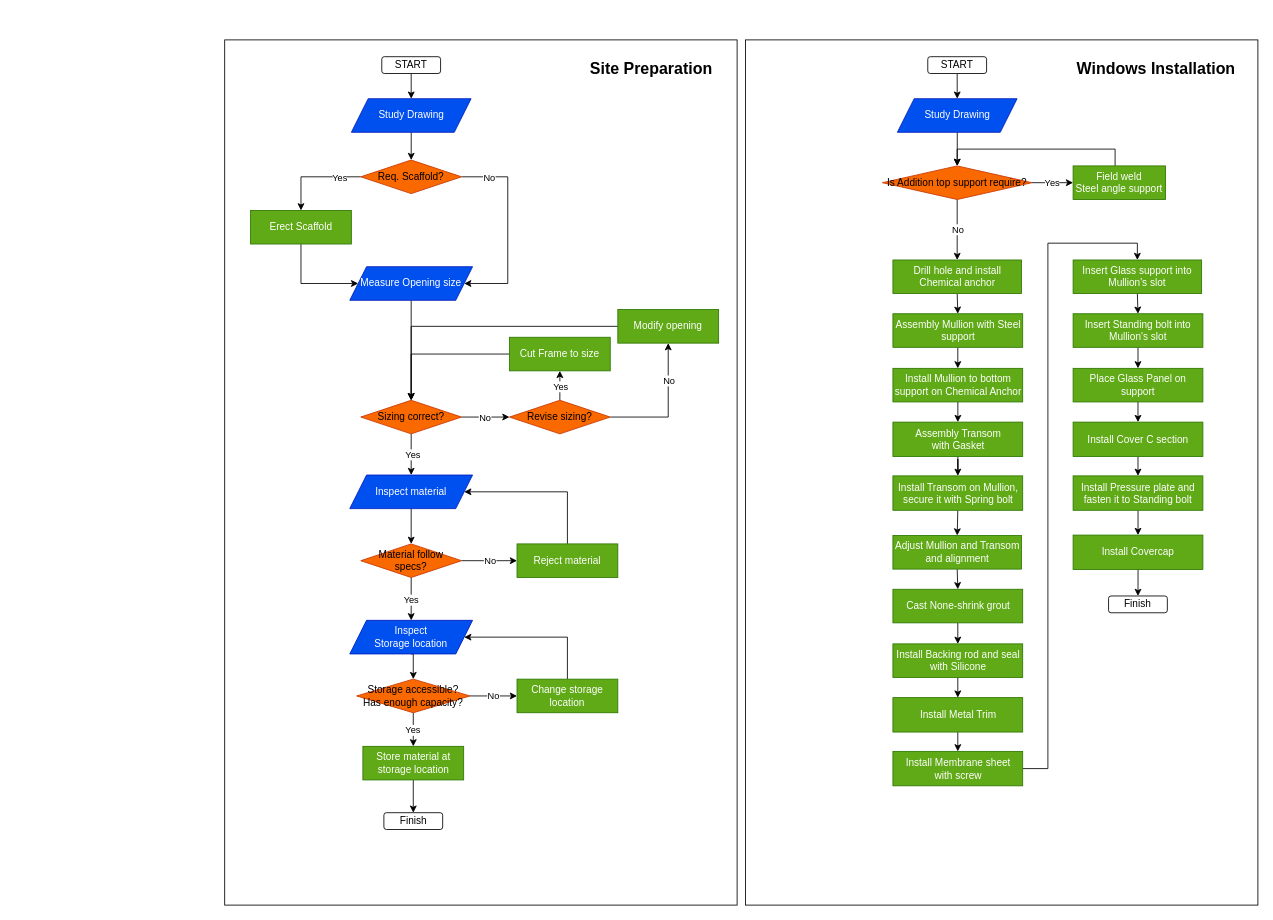
This is MOS_Curtainwall.drawio from Siberain13/graph_doc, a draw.io file, before an edit. Source tidied: cells renumbered, new cells numbered last; positions are measured from the earlier drawing's top-left corner, leaving out a move shared by most shapes. Both pictures are drawn from the tidied source at 84%, with x=0, y=0 at pixel (224, 39).
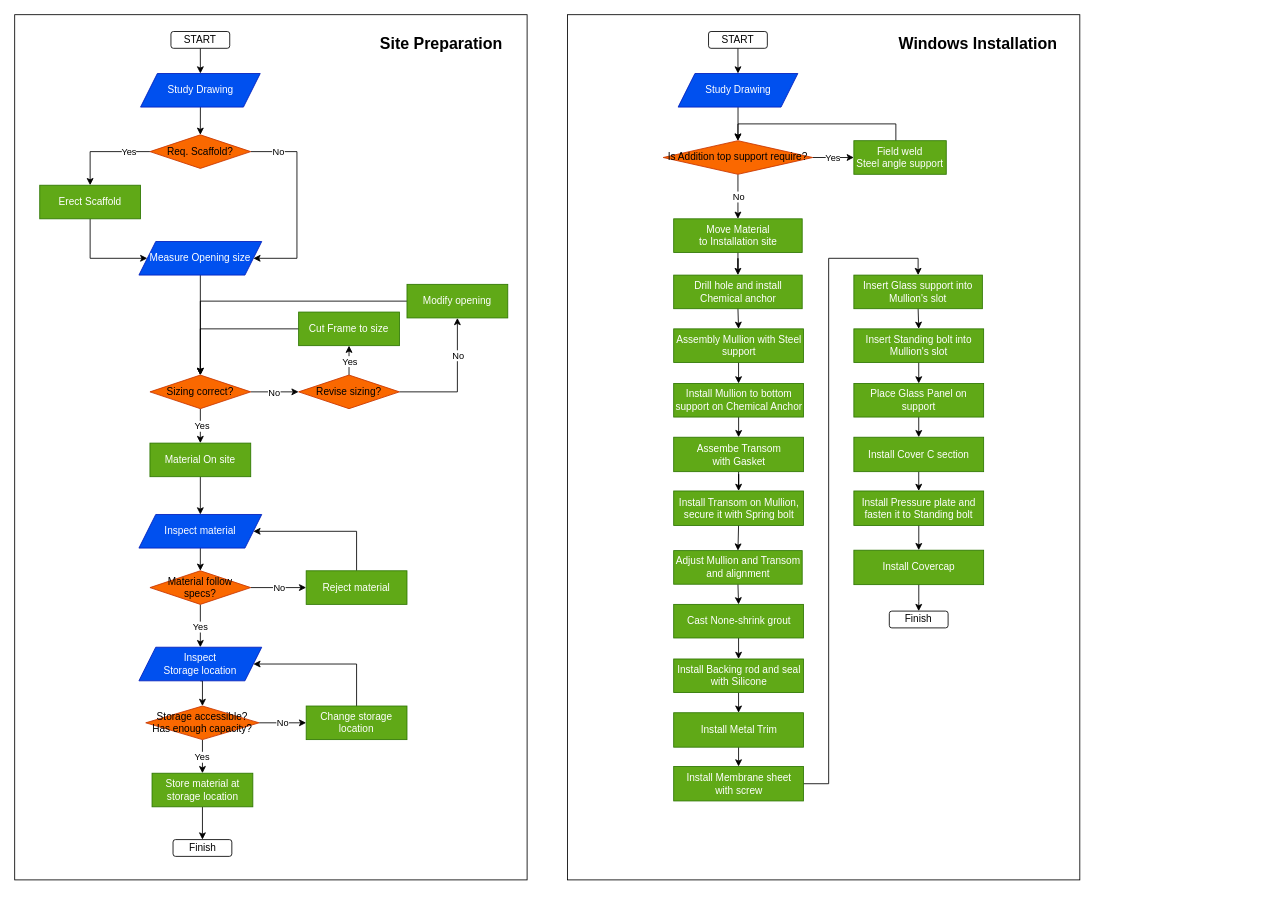
Above is the later version.

Change to the diagram source:
```diff
@@
     <mxCell id="2" style="rounded=0;whiteSpace=wrap;html=1;align=center;labelPosition=center;verticalLabelPosition=top;verticalAlign=bottom;" parent="1" vertex="1">
-      <mxGeometry width="610" height="1030" as="geometry" />
+      <mxGeometry x="-250" y="-30" width="610" height="1030" as="geometry" />
     </mxCell>
@@
     <mxCell id="4" value="&lt;font style=&quot;font-size: 12px;&quot;&gt;START&lt;/font&gt;" style="rounded=1;whiteSpace=wrap;html=1;" parent="1" vertex="1">
-      <mxGeometry x="187" y="20" width="70" height="20" as="geometry" />
+      <mxGeometry x="-64" y="-10" width="70" height="20" as="geometry" />
     </mxCell>
@@
     <mxCell id="7" style="edgeStyle=orthogonalEdgeStyle;rounded=0;jettySize=auto;html=1;entryX=1;entryY=0.5;entryDx=0;entryDy=0;" parent="1" edge="1" source="9" target="15">
       <mxGeometry relative="1" as="geometry">
         <Array as="points">
-          <mxPoint x="337" y="163" />
-          <mxPoint x="337" y="290" />
+          <mxPoint x="86" y="133" />
+          <mxPoint x="86" y="260" />
         </Array>
       </mxGeometry>
     </mxCell>
@@
     <mxCell id="9" value="Req. Scaffold?" style="rhombus;whiteSpace=wrap;html=1;rounded=0;fillColor=#fa6800;strokeColor=#C73500;fontColor=#000000;" parent="1" vertex="1">
-      <mxGeometry x="162" y="143" width="120" height="40" as="geometry" />
+      <mxGeometry x="-89" y="113" width="120" height="40" as="geometry" />
     </mxCell>
     <mxCell id="10" style="edgeStyle=orthogonalEdgeStyle;rounded=0;jettySize=auto;html=1;entryX=0;entryY=0.5;entryDx=0;entryDy=0;" parent="1" edge="1" source="11" target="15">
       <mxGeometry relative="1" as="geometry">
         <Array as="points">
-          <mxPoint x="91" y="290" />
+          <mxPoint x="-160" y="260" />
         </Array>
       </mxGeometry>
     </mxCell>
     <mxCell id="11" value="Erect Scaffold" style="rounded=0;whiteSpace=wrap;html=1;fillColor=#60a917;fontColor=#ffffff;strokeColor=#2D7600;" parent="1" vertex="1">
-      <mxGeometry x="30.8" y="203" width="120" height="40" as="geometry" />
+      <mxGeometry x="-220.2" y="173" width="120" height="40" as="geometry" />
     </mxCell>
@@
     <mxCell id="13" value="Study Drawing" style="shape=parallelogram;perimeter=parallelogramPerimeter;whiteSpace=wrap;html=1;fixedSize=1;fillColor=#0050ef;fontColor=#ffffff;strokeColor=#001DBC;" parent="1" vertex="1">
-      <mxGeometry x="150.8" y="70" width="142.5" height="40" as="geometry" />
+      <mxGeometry x="-100.2" y="40" width="142.5" height="40" as="geometry" />
     </mxCell>
@@
     <mxCell id="15" value="Measure Opening size" style="shape=parallelogram;perimeter=parallelogramPerimeter;whiteSpace=wrap;html=1;fixedSize=1;fillColor=#0050ef;fontColor=#ffffff;strokeColor=#001DBC;" parent="1" vertex="1">
-      <mxGeometry x="148.9" y="270" width="146.2" height="40" as="geometry" />
+      <mxGeometry x="-102.1" y="240" width="146.2" height="40" as="geometry" />
     </mxCell>
-    <mxCell id="16" style="edgeStyle=orthogonalEdgeStyle;rounded=0;jettySize=auto;html=1;exitX=0.5;exitY=1;exitDx=0;exitDy=0;entryX=0.5;entryY=0;entryDx=0;entryDy=0;" parent="1" edge="1" source="20" target="22">
+    <mxCell id="16" style="edgeStyle=orthogonalEdgeStyle;rounded=0;jettySize=auto;html=1;exitX=0.5;exitY=1;exitDx=0;exitDy=0;" parent="1" edge="1" source="20" target="99">
       <mxGeometry relative="1" as="geometry" />
     </mxCell>
@@
     <mxCell id="20" value="Sizing correct?" style="rhombus;whiteSpace=wrap;html=1;rounded=0;fillColor=#fa6800;strokeColor=#C73500;fontColor=#000000;" parent="1" vertex="1">
-      <mxGeometry x="162" y="429" width="120" height="40" as="geometry" />
+      <mxGeometry x="-89" y="399" width="120" height="40" as="geometry" />
     </mxCell>
@@
     <mxCell id="22" value="Inspect material" style="shape=parallelogram;perimeter=parallelogramPerimeter;whiteSpace=wrap;html=1;fixedSize=1;fillColor=#0050ef;fontColor=#ffffff;strokeColor=#001DBC;" parent="1" vertex="1">
-      <mxGeometry x="148.9" y="518" width="146.2" height="40" as="geometry" />
+      <mxGeometry x="-102.1" y="565" width="146.2" height="40" as="geometry" />
     </mxCell>
@@
     <mxCell id="27" value="Revise sizing?" style="rhombus;whiteSpace=wrap;html=1;rounded=0;fillColor=#fa6800;strokeColor=#C73500;fontColor=#000000;" parent="1" vertex="1">
-      <mxGeometry x="339" y="429" width="120" height="40" as="geometry" />
+      <mxGeometry x="88" y="399" width="120" height="40" as="geometry" />
     </mxCell>
@@
     <mxCell id="29" value="Cut Frame to size" style="rounded=0;whiteSpace=wrap;html=1;fillColor=#60a917;fontColor=#ffffff;strokeColor=#2D7600;" parent="1" vertex="1">
-      <mxGeometry x="339" y="354" width="120" height="40" as="geometry" />
+      <mxGeometry x="88" y="324" width="120" height="40" as="geometry" />
     </mxCell>
@@
     <mxCell id="31" value="Modify opening" style="rounded=0;whiteSpace=wrap;html=1;fillColor=#60a917;fontColor=#ffffff;strokeColor=#2D7600;" parent="1" vertex="1">
-      <mxGeometry x="468" y="321" width="120" height="40" as="geometry" />
+      <mxGeometry x="217" y="291" width="120" height="40" as="geometry" />
     </mxCell>
@@
     <mxCell id="36" value="Material follow specs?" style="rhombus;whiteSpace=wrap;html=1;rounded=0;fillColor=#fa6800;strokeColor=#C73500;fontColor=#000000;" parent="1" vertex="1">
-      <mxGeometry x="162" y="600" width="120" height="40" as="geometry" />
+      <mxGeometry x="-89" y="632" width="120" height="40" as="geometry" />
     </mxCell>
     <mxCell id="37" style="edgeStyle=orthogonalEdgeStyle;rounded=0;jettySize=auto;html=1;exitX=0.5;exitY=0;exitDx=0;exitDy=0;entryX=1;entryY=0.5;entryDx=0;entryDy=0;" parent="1" edge="1" source="38" target="22">
       <mxGeometry relative="1" as="geometry">
         <Array as="points">
-          <mxPoint x="408" y="538" />
+          <mxPoint x="157" y="585" />
         </Array>
       </mxGeometry>
     </mxCell>
     <mxCell id="38" value="Reject material" style="rounded=0;whiteSpace=wrap;html=1;fillColor=#60a917;fontColor=#ffffff;strokeColor=#2D7600;" parent="1" vertex="1">
-      <mxGeometry x="348" y="600" width="120" height="40" as="geometry" />
+      <mxGeometry x="97" y="632" width="120" height="40" as="geometry" />
     </mxCell>
@@
     <mxCell id="40" value="Inspect &lt;br&gt;Storage location" style="shape=parallelogram;perimeter=parallelogramPerimeter;whiteSpace=wrap;html=1;fixedSize=1;fillColor=#0050ef;fontColor=#ffffff;strokeColor=#001DBC;" parent="1" vertex="1">
-      <mxGeometry x="148.9" y="691" width="146.2" height="40" as="geometry" />
+      <mxGeometry x="-102.1" y="723" width="146.2" height="40" as="geometry" />
     </mxCell>
@@
     <mxCell id="45" value="Storage accessible?&lt;div&gt;Has enough capacity?&lt;/div&gt;" style="rhombus;whiteSpace=wrap;html=1;rounded=0;fillColor=#fa6800;strokeColor=#C73500;fontColor=#000000;" parent="1" vertex="1">
-      <mxGeometry x="157" y="761" width="135" height="40" as="geometry" />
+      <mxGeometry x="-94" y="793" width="135" height="40" as="geometry" />
     </mxCell>
     <mxCell id="46" style="edgeStyle=orthogonalEdgeStyle;rounded=0;jettySize=auto;html=1;exitX=0.5;exitY=0;exitDx=0;exitDy=0;entryX=1;entryY=0.5;entryDx=0;entryDy=0;" parent="1" edge="1" source="47" target="40">
       <mxGeometry relative="1" as="geometry">
         <Array as="points">
-          <mxPoint x="408" y="711" />
+          <mxPoint x="157" y="743" />
         </Array>
       </mxGeometry>
     </mxCell>
     <mxCell id="47" value="Change storage location" style="rounded=0;whiteSpace=wrap;html=1;fillColor=#60a917;fontColor=#ffffff;strokeColor=#2D7600;" parent="1" vertex="1">
-      <mxGeometry x="348" y="761" width="120" height="40" as="geometry" />
+      <mxGeometry x="97" y="793" width="120" height="40" as="geometry" />
     </mxCell>
     <mxCell id="48" style="edgeStyle=orthogonalEdgeStyle;rounded=0;jettySize=auto;html=1;exitX=0.5;exitY=1;exitDx=0;exitDy=0;entryX=0.5;entryY=0;entryDx=0;entryDy=0;" parent="1" edge="1" source="49">
       <mxGeometry relative="1" as="geometry">
-        <mxPoint x="224.5" y="920" as="targetPoint" />
+        <mxPoint x="-26.5" y="952" as="targetPoint" />
       </mxGeometry>
     </mxCell>
     <mxCell id="49" value="Store material at storage location" style="rounded=0;whiteSpace=wrap;html=1;fillColor=#60a917;fontColor=#ffffff;strokeColor=#2D7600;" parent="1" vertex="1">
-      <mxGeometry x="164.5" y="841" width="120" height="40" as="geometry" />
+      <mxGeometry x="-86.5" y="873" width="120" height="40" as="geometry" />
     </mxCell>
     <mxCell id="50" value="Site Preparation" style="text;html=1;whiteSpace=wrap;strokeColor=none;fillColor=none;align=center;verticalAlign=middle;rounded=0;fontStyle=1;fontSize=19;" parent="1" vertex="1">
-      <mxGeometry x="428" y="20" width="160" height="30" as="geometry" />
+      <mxGeometry x="178" y="-10" width="160" height="30" as="geometry" />
     </mxCell>
     <mxCell id="51" value="&lt;font style=&quot;font-size: 12px;&quot;&gt;Finish&lt;/font&gt;" style="rounded=1;whiteSpace=wrap;html=1;" parent="1" vertex="1">
-      <mxGeometry x="189.5" y="920" width="70" height="20" as="geometry" />
+      <mxGeometry x="-61.5" y="952" width="70" height="20" as="geometry" />
     </mxCell>
     <mxCell id="52" style="rounded=0;whiteSpace=wrap;html=1;align=center;labelPosition=center;verticalLabelPosition=top;verticalAlign=bottom;" parent="1" vertex="1">
-      <mxGeometry x="620" width="610" height="1030" as="geometry" />
+      <mxGeometry x="408" y="-30" width="610" height="1030" as="geometry" />
     </mxCell>
@@
     <mxCell id="54" value="&lt;font style=&quot;font-size: 12px;&quot;&gt;START&lt;/font&gt;" style="rounded=1;whiteSpace=wrap;html=1;" parent="1" vertex="1">
-      <mxGeometry x="837" y="20" width="70" height="20" as="geometry" />
+      <mxGeometry x="576" y="-10" width="70" height="20" as="geometry" />
     </mxCell>
@@
     <mxCell id="56" value="Study Drawing" style="shape=parallelogram;perimeter=parallelogramPerimeter;whiteSpace=wrap;html=1;fixedSize=1;fillColor=#0050ef;fontColor=#ffffff;strokeColor=#001DBC;" parent="1" vertex="1">
-      <mxGeometry x="800.8" y="70" width="142.5" height="40" as="geometry" />
+      <mxGeometry x="539.8" y="40" width="142.5" height="40" as="geometry" />
     </mxCell>
     <mxCell id="57" value="Windows Installation" style="text;html=1;whiteSpace=wrap;strokeColor=none;fillColor=none;align=center;verticalAlign=middle;rounded=0;fontStyle=1;fontSize=19;" parent="1" vertex="1">
-      <mxGeometry x="1010" y="20" width="198" height="30" as="geometry" />
+      <mxGeometry x="798" y="-10" width="198" height="30" as="geometry" />
     </mxCell>
     <mxCell id="58" value="&lt;font style=&quot;font-size: 12px;&quot;&gt;Finish&lt;/font&gt;" style="rounded=1;whiteSpace=wrap;html=1;" parent="1" vertex="1">
-      <mxGeometry x="1052.2" y="662" width="70" height="20" as="geometry" />
+      <mxGeometry x="791.2" y="680" width="70" height="20" as="geometry" />
     </mxCell>
@@
-    <mxCell id="61" style="edgeStyle=orthogonalEdgeStyle;rounded=0;jettySize=auto;html=1;exitX=0.5;exitY=1;exitDx=0;exitDy=0;entryX=0.5;entryY=0;entryDx=0;entryDy=0;" parent="1" edge="1" source="63" target="67">
+    <mxCell id="61" style="edgeStyle=orthogonalEdgeStyle;rounded=0;jettySize=auto;html=1;exitX=0.5;exitY=1;exitDx=0;exitDy=0;entryX=0.5;entryY=0;entryDx=0;entryDy=0;" parent="1" edge="1" source="63" target="101">
       <mxGeometry relative="1" as="geometry" />
     </mxCell>
@@
     <mxCell id="63" value="Is Addition top support require?" style="rhombus;whiteSpace=wrap;html=1;fillColor=#fa6800;strokeColor=#C73500;fontColor=#000000;" parent="1" vertex="1">
-      <mxGeometry x="783" y="150" width="178" height="40" as="geometry" />
+      <mxGeometry x="522" y="120" width="178" height="40" as="geometry" />
     </mxCell>
     <mxCell id="64" style="edgeStyle=orthogonalEdgeStyle;rounded=0;jettySize=auto;html=1;entryX=0.5;entryY=0;entryDx=0;entryDy=0;" parent="1" edge="1" source="65" target="63">
       <mxGeometry relative="1" as="geometry">
         <Array as="points">
-          <mxPoint x="1060" y="130" />
-          <mxPoint x="872" y="130" />
+          <mxPoint x="799" y="100" />
+          <mxPoint x="611" y="100" />
         </Array>
       </mxGeometry>
     </mxCell>
     <mxCell id="65" value="Field weld &lt;br&gt;Steel angle support" style="rounded=0;whiteSpace=wrap;html=1;fillColor=#60a917;fontColor=#ffffff;strokeColor=#2D7600;" parent="1" vertex="1">
-      <mxGeometry x="1010" y="150" width="110" height="40" as="geometry" />
+      <mxGeometry x="749" y="120" width="110" height="40" as="geometry" />
     </mxCell>
@@
     <mxCell id="67" value="Drill hole and install Chemical anchor" style="rounded=0;whiteSpace=wrap;html=1;fillColor=#60a917;fontColor=#ffffff;strokeColor=#2D7600;" parent="1" vertex="1">
-      <mxGeometry x="795.5" y="262" width="153" height="40" as="geometry" />
+      <mxGeometry x="534.5" y="280" width="153" height="40" as="geometry" />
     </mxCell>
@@
     <mxCell id="69" value="Assembly Mullion with Steel support" style="rounded=0;whiteSpace=wrap;html=1;fillColor=#60a917;fontColor=#ffffff;strokeColor=#2D7600;" parent="1" vertex="1">
-      <mxGeometry x="795.5" y="326" width="154.5" height="40" as="geometry" />
+      <mxGeometry x="534.5" y="344" width="154.5" height="40" as="geometry" />
     </mxCell>
@@
     <mxCell id="71" value="Install Mullion to bottom support on Chemical Anchor" style="rounded=0;whiteSpace=wrap;html=1;fillColor=#60a917;fontColor=#ffffff;strokeColor=#2D7600;" parent="1" vertex="1">
-      <mxGeometry x="795.5" y="391" width="154.5" height="40" as="geometry" />
+      <mxGeometry x="534.5" y="409" width="154.5" height="40" as="geometry" />
     </mxCell>
@@
-    <mxCell id="73" value="Assembly Transom &lt;br&gt;with Gasket" style="rounded=0;whiteSpace=wrap;html=1;fillColor=#60a917;fontColor=#ffffff;strokeColor=#2D7600;" parent="1" vertex="1">
-      <mxGeometry x="795.5" y="455" width="154.5" height="41" as="geometry" />
+    <mxCell id="73" value="Assembe Transom &lt;br&gt;with Gasket" style="rounded=0;whiteSpace=wrap;html=1;fillColor=#60a917;fontColor=#ffffff;strokeColor=#2D7600;" parent="1" vertex="1">
+      <mxGeometry x="534.5" y="473" width="154.5" height="41" as="geometry" />
     </mxCell>
@@
     <mxCell id="75" value="Install Transom on Mullion, secure it with Spring bolt" style="rounded=0;whiteSpace=wrap;html=1;fillColor=#60a917;fontColor=#ffffff;strokeColor=#2D7600;" parent="1" vertex="1">
-      <mxGeometry x="795.5" y="519" width="154.5" height="41" as="geometry" />
+      <mxGeometry x="534.5" y="537" width="154.5" height="41" as="geometry" />
     </mxCell>
@@
     <mxCell id="77" value="Adjust Mullion and Transom and alignment" style="rounded=0;whiteSpace=wrap;html=1;fillColor=#60a917;fontColor=#ffffff;strokeColor=#2D7600;" parent="1" vertex="1">
-      <mxGeometry x="795.5" y="590" width="153" height="40" as="geometry" />
+      <mxGeometry x="534.5" y="608" width="153" height="40" as="geometry" />
     </mxCell>
@@
     <mxCell id="79" value="Cast None-shrink grout" style="rounded=0;whiteSpace=wrap;html=1;fillColor=#60a917;fontColor=#ffffff;strokeColor=#2D7600;" parent="1" vertex="1">
-      <mxGeometry x="795.5" y="654" width="154.5" height="40" as="geometry" />
+      <mxGeometry x="534.5" y="672" width="154.5" height="40" as="geometry" />
     </mxCell>
@@
     <mxCell id="81" value="Install Backing rod and seal with Silicone" style="rounded=0;whiteSpace=wrap;html=1;fillColor=#60a917;fontColor=#ffffff;strokeColor=#2D7600;" parent="1" vertex="1">
-      <mxGeometry x="795.5" y="719" width="154.5" height="40" as="geometry" />
+      <mxGeometry x="534.5" y="737" width="154.5" height="40" as="geometry" />
     </mxCell>
@@
     <mxCell id="83" value="Install Metal Trim" style="rounded=0;whiteSpace=wrap;html=1;fillColor=#60a917;fontColor=#ffffff;strokeColor=#2D7600;" parent="1" vertex="1">
-      <mxGeometry x="795.5" y="783" width="154.5" height="41" as="geometry" />
+      <mxGeometry x="534.5" y="801" width="154.5" height="41" as="geometry" />
     </mxCell>
@@
     <mxCell id="85" value="Install Membrane sheet &lt;br&gt;with screw" style="rounded=0;whiteSpace=wrap;html=1;fillColor=#60a917;fontColor=#ffffff;strokeColor=#2D7600;" parent="1" vertex="1">
-      <mxGeometry x="795.5" y="847" width="154.5" height="41" as="geometry" />
+      <mxGeometry x="534.5" y="865" width="154.5" height="41" as="geometry" />
     </mxCell>
@@
     <mxCell id="87" value="Insert Glass support into Mullion's slot" style="rounded=0;whiteSpace=wrap;html=1;fillColor=#60a917;fontColor=#ffffff;strokeColor=#2D7600;" parent="1" vertex="1">
-      <mxGeometry x="1010" y="262" width="153" height="40" as="geometry" />
+      <mxGeometry x="749" y="280" width="153" height="40" as="geometry" />
     </mxCell>
@@
     <mxCell id="89" value="Insert Standing bolt into Mullion's slot" style="rounded=0;whiteSpace=wrap;html=1;fillColor=#60a917;fontColor=#ffffff;strokeColor=#2D7600;" parent="1" vertex="1">
-      <mxGeometry x="1010" y="326" width="154.5" height="40" as="geometry" />
+      <mxGeometry x="749" y="344" width="154.5" height="40" as="geometry" />
     </mxCell>
@@
     <mxCell id="91" value="Place Glass Panel on support" style="rounded=0;whiteSpace=wrap;html=1;fillColor=#60a917;fontColor=#ffffff;strokeColor=#2D7600;" parent="1" vertex="1">
-      <mxGeometry x="1010" y="391" width="154.5" height="40" as="geometry" />
+      <mxGeometry x="749" y="409" width="154.5" height="40" as="geometry" />
     </mxCell>
@@
     <mxCell id="93" value="Install Cover C section" style="rounded=0;whiteSpace=wrap;html=1;fillColor=#60a917;fontColor=#ffffff;strokeColor=#2D7600;" parent="1" vertex="1">
-      <mxGeometry x="1010" y="455" width="154.5" height="41" as="geometry" />
+      <mxGeometry x="749" y="473" width="154.5" height="41" as="geometry" />
     </mxCell>
@@
     <mxCell id="95" value="Install Pressure plate and fasten it to Standing bolt" style="rounded=0;whiteSpace=wrap;html=1;fillColor=#60a917;fontColor=#ffffff;strokeColor=#2D7600;" parent="1" vertex="1">
-      <mxGeometry x="1010" y="519" width="154.5" height="41" as="geometry" />
+      <mxGeometry x="749" y="537" width="154.5" height="41" as="geometry" />
     </mxCell>
@@
     <mxCell id="97" value="Install Covercap" style="rounded=0;whiteSpace=wrap;html=1;fillColor=#60a917;fontColor=#ffffff;strokeColor=#2D7600;" parent="1" vertex="1">
-      <mxGeometry x="1010" y="589.5" width="154.5" height="41" as="geometry" />
+      <mxGeometry x="749" y="607.5" width="154.5" height="41" as="geometry" />
     </mxCell>
+    <mxCell id="98" style="edgeStyle=orthogonalEdgeStyle;rounded=0;jettySize=auto;html=1;entryX=0.5;entryY=0;entryDx=0;entryDy=0;" parent="1" edge="1" source="99" target="22">
+      <mxGeometry relative="1" as="geometry" />
+    </mxCell>
+    <mxCell id="99" value="Material On site" style="rounded=0;whiteSpace=wrap;html=1;fillColor=#60a917;fontColor=#ffffff;strokeColor=#2D7600;" parent="1" vertex="1">
+      <mxGeometry x="-89" y="480" width="120" height="40" as="geometry" />
+    </mxCell>
+    <mxCell id="100" style="edgeStyle=orthogonalEdgeStyle;rounded=0;jettySize=auto;html=1;entryX=0.5;entryY=0;entryDx=0;entryDy=0;" parent="1" edge="1" source="101" target="67">
+      <mxGeometry relative="1" as="geometry" />
+    </mxCell>
+    <mxCell id="101" value="Move Material &lt;br&gt;to Installation site" style="rounded=0;whiteSpace=wrap;html=1;fillColor=#60a917;fontColor=#ffffff;strokeColor=#2D7600;" parent="1" vertex="1">
+      <mxGeometry x="534.5" y="213" width="153" height="40" as="geometry" />
+    </mxCell>
```
